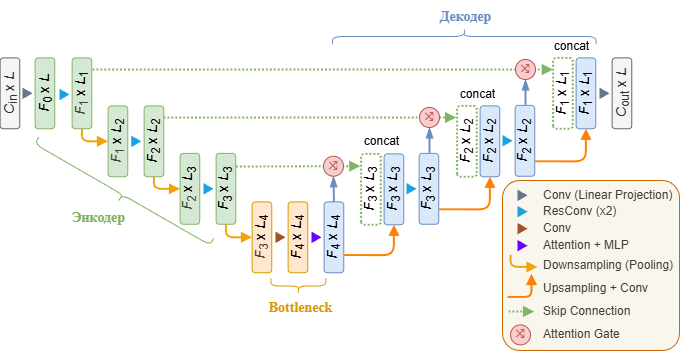
romangorbunov91/master-thesis-2026 keeps this draw.io diagram as images/parametersEstimation/model_block_diagram.drawio.png. Above is the earlier version. Source tidied: cells renumbered, new cells last; positions are measured from the earlier drawing's top-left corner, leaving out a move shared by most shapes.
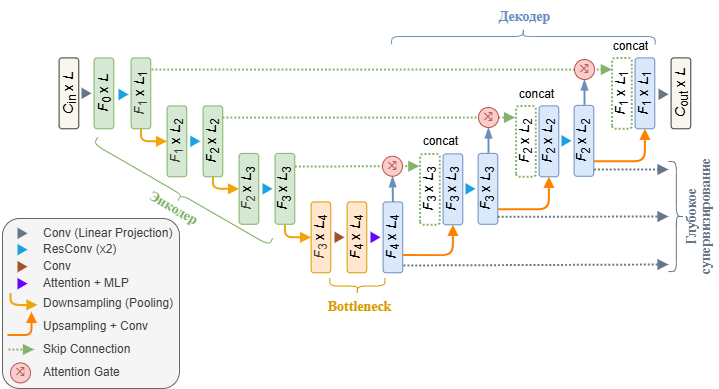
After the change.

Change to the diagram source:
```diff
@@ -2,10 +2,10 @@
   <root>
     <mxCell id="0" />
     <mxCell id="1" parent="0" />
-    <mxCell id="2" style="rounded=1;whiteSpace=wrap;html=1;fillColor=#f9f7ed;strokeColor=#CC6600;arcSize=10;" parent="1" vertex="1">
-      <mxGeometry x="528" y="276" width="177" height="170" as="geometry" />
+    <mxCell id="2" style="rounded=1;whiteSpace=wrap;html=1;fillColor=#f5f5f5;strokeColor=#666666;arcSize=10;fontColor=#333333;" parent="1" vertex="1">
+      <mxGeometry x="-31" y="314" width="177" height="170" as="geometry" />
     </mxCell>
-    <mxCell id="3" value="&lt;font style=&quot;font-size: 14px; line-height: 100%;&quot;&gt;&lt;i&gt;C&lt;/i&gt;&lt;sub style=&quot;line-height: 100%;&quot;&gt;in&lt;/sub&gt; x &lt;i&gt;L&lt;/i&gt;&lt;/font&gt;" style="rounded=1;whiteSpace=wrap;html=1;rotation=-90;fillColor=#f5f5f5;strokeColor=#666666;glass=0;fontColor=#333333;" parent="1" vertex="1">
+    <mxCell id="3" value="&lt;font style=&quot;font-size: 14px; line-height: 100%;&quot;&gt;&lt;i&gt;C&lt;/i&gt;&lt;sub style=&quot;line-height: 100%;&quot;&gt;in&lt;/sub&gt; x &lt;i&gt;L&lt;/i&gt;&lt;/font&gt;" style="rounded=1;whiteSpace=wrap;html=1;rotation=-90;fillColor=#f9f7ed;strokeColor=#36393d;glass=0;" parent="1" vertex="1">
       <mxGeometry y="179" width="70.9" height="19.7" as="geometry" />
     </mxCell>
     <mxCell id="4" value="&lt;font style=&quot;font-size: 14px; line-height: 100%;&quot;&gt;&lt;i style=&quot;color: rgb(63, 63, 63); scrollbar-color: rgb(226, 226, 226) rgb(251, 251, 251);&quot;&gt;F&lt;/i&gt;&lt;sub style=&quot;color: rgb(63, 63, 63); scrollbar-color: rgb(226, 226, 226) rgb(251, 251, 251); line-height: 11.6667px;&quot;&gt;1&lt;/sub&gt;&amp;nbsp;x &lt;i&gt;L&lt;/i&gt;&lt;sub&gt;1&lt;/sub&gt;&lt;/font&gt;" style="rounded=1;whiteSpace=wrap;html=1;rotation=-90;fillColor=#d5e8d4;strokeColor=#82b366;" parent="1" vertex="1">
@@ -86,8 +86,8 @@
     <mxCell id="29" value="&lt;font style=&quot;font-size: 14px; line-height: 100%;&quot;&gt;&lt;i&gt;F&lt;/i&gt;&lt;sub style=&quot;line-height: 100%;&quot;&gt;0&lt;/sub&gt;&amp;nbsp;x &lt;i&gt;L&lt;/i&gt;&lt;/font&gt;" style="rounded=1;whiteSpace=wrap;html=1;rotation=-90;fillColor=#d5e8d4;strokeColor=#82b366;" parent="1" vertex="1">
       <mxGeometry x="35" y="179" width="70.9" height="19.7" as="geometry" />
     </mxCell>
-    <mxCell id="30" value="&lt;span style=&quot;text-align: left; text-wrap-mode: wrap;&quot;&gt;&lt;font face=&quot;Times New Roman&quot; style=&quot;font-size: 14px; line-height: 100%; color: rgb(130, 179, 102);&quot;&gt;&lt;b style=&quot;&quot;&gt;Энкодер&lt;/b&gt;&lt;/font&gt;&lt;/span&gt;" style="text;html=1;align=center;verticalAlign=middle;strokeColor=none;fillColor=none;" parent="1" vertex="1">
-      <mxGeometry x="88" y="300.1" width="72" height="27" as="geometry" />
+    <mxCell id="30" value="&lt;span style=&quot;text-align: left; text-wrap-mode: wrap;&quot;&gt;&lt;font face=&quot;Times New Roman&quot; style=&quot;font-size: 14px; line-height: 100%; color: rgb(130, 179, 102);&quot;&gt;&lt;b style=&quot;&quot;&gt;Энкодер&lt;/b&gt;&lt;/font&gt;&lt;/span&gt;" style="text;html=1;align=center;verticalAlign=middle;strokeColor=none;fillColor=none;rotation=30;" parent="1" vertex="1">
+      <mxGeometry x="104" y="290.4" width="72" height="27" as="geometry" />
     </mxCell>
     <mxCell id="31" value="&lt;div style=&quot;text-align: left;&quot;&gt;&lt;span style=&quot;background-color: transparent; font-size: 14px; text-wrap-mode: wrap;&quot;&gt;&lt;font face=&quot;Times New Roman&quot; style=&quot;color: rgb(215, 155, 0);&quot;&gt;&lt;b&gt;Bottleneck&lt;/b&gt;&lt;/font&gt;&lt;/span&gt;&lt;/div&gt;" style="text;html=1;align=center;verticalAlign=middle;strokeColor=none;fillColor=none;" parent="1" vertex="1">
       <mxGeometry x="284" y="387" width="83" height="31" as="geometry" />
@@ -148,44 +148,44 @@
       <mxGeometry x="455" y="96" width="71" height="31" as="geometry" />
     </mxCell>
     <mxCell id="49" style="triangle;whiteSpace=wrap;html=1;fillColor=#647687;fontColor=#ffffff;strokeColor=none;" parent="1" vertex="1">
-      <mxGeometry x="625" y="183.1" width="10" height="11.5" as="geometry" />
+      <mxGeometry x="625" y="184.1" width="10" height="11.5" as="geometry" />
     </mxCell>
-    <mxCell id="50" value="&lt;font style=&quot;font-size: 14px; line-height: 100%;&quot;&gt;&lt;i&gt;C&lt;/i&gt;&lt;sub style=&quot;line-height: 100%;&quot;&gt;out&lt;/sub&gt;&amp;nbsp;x &lt;i&gt;L&lt;/i&gt;&lt;/font&gt;" style="rounded=1;whiteSpace=wrap;html=1;rotation=-90;fillColor=#f5f5f5;strokeColor=#666666;glass=0;fontColor=#333333;" parent="1" vertex="1">
+    <mxCell id="50" value="&lt;font style=&quot;font-size: 14px; line-height: 100%;&quot;&gt;&lt;i&gt;C&lt;/i&gt;&lt;sub style=&quot;line-height: 100%;&quot;&gt;out&lt;/sub&gt;&amp;nbsp;x &lt;i&gt;L&lt;/i&gt;&lt;/font&gt;" style="rounded=1;whiteSpace=wrap;html=1;rotation=-90;fillColor=#f9f7ed;strokeColor=#36393d;glass=0;" parent="1" vertex="1">
       <mxGeometry x="612" y="179" width="70.9" height="19.7" as="geometry" />
     </mxCell>
     <mxCell id="51" style="triangle;whiteSpace=wrap;html=1;fillColor=#647687;fontColor=#ffffff;strokeColor=none;" parent="1" vertex="1">
-      <mxGeometry x="543" y="285.1" width="10" height="11.5" as="geometry" />
+      <mxGeometry x="-16" y="323.1" width="10" height="11.5" as="geometry" />
     </mxCell>
     <mxCell id="52" style="triangle;whiteSpace=wrap;html=1;fillColor=#1ba1e2;fontColor=#ffffff;strokeColor=none;" parent="1" vertex="1">
-      <mxGeometry x="543" y="301.4" width="10" height="11.5" as="geometry" />
+      <mxGeometry x="-16" y="339.4" width="10" height="11.5" as="geometry" />
     </mxCell>
     <mxCell id="53" style="triangle;whiteSpace=wrap;html=1;fillColor=#a0522d;fontColor=#ffffff;strokeColor=none;" parent="1" vertex="1">
-      <mxGeometry x="543" y="318.4" width="10" height="11.5" as="geometry" />
+      <mxGeometry x="-16" y="356.4" width="10" height="11.5" as="geometry" />
     </mxCell>
     <mxCell id="54" style="triangle;whiteSpace=wrap;html=1;fillColor=#6a00ff;fontColor=#ffffff;strokeColor=none;" parent="1" vertex="1">
-      <mxGeometry x="543" y="335.4" width="10" height="11.5" as="geometry" />
+      <mxGeometry x="-16" y="373.4" width="10" height="11.5" as="geometry" />
     </mxCell>
     <mxCell id="55" style="edgeStyle=orthogonalEdgeStyle;html=1;strokeColor=#F0A30A;fillColor=#f0a30a;endArrow=block;endFill=1;strokeWidth=1.9685;exitX=0;exitY=0.5;exitDx=0;exitDy=0;entryX=0.5;entryY=0;entryDx=0;entryDy=0;" parent="1" edge="1">
       <mxGeometry relative="1" as="geometry">
-        <mxPoint x="536" y="350.4" as="sourcePoint" />
-        <mxPoint x="563" y="362.4" as="targetPoint" />
+        <mxPoint x="-23" y="388.4" as="sourcePoint" />
+        <mxPoint x="4" y="400.4" as="targetPoint" />
         <Array as="points">
-          <mxPoint x="535.5" y="362.4" />
+          <mxPoint x="-23.5" y="400.4" />
         </Array>
       </mxGeometry>
     </mxCell>
     <mxCell id="56" style="edgeStyle=orthogonalEdgeStyle;html=1;strokeColor=#FF8000;fillColor=#fa6800;endArrow=block;endFill=1;strokeWidth=1.9685;entryX=0;entryY=0.5;entryDx=0;entryDy=0;" parent="1" edge="1">
       <mxGeometry relative="1" as="geometry">
-        <mxPoint x="533" y="392.4" as="sourcePoint" />
-        <mxPoint x="557" y="369.4" as="targetPoint" />
+        <mxPoint x="-26" y="430.4" as="sourcePoint" />
+        <mxPoint x="-2" y="407.4" as="targetPoint" />
         <Array as="points">
-          <mxPoint x="535" y="392.4" />
-          <mxPoint x="557" y="392.4" />
+          <mxPoint x="-24" y="430.4" />
+          <mxPoint x="-2" y="430.4" />
         </Array>
       </mxGeometry>
     </mxCell>
     <mxCell id="57" value="&lt;span style=&quot;font-family: ui-monospace, SFMono-Regular, &amp;quot;SF Mono&amp;quot;, Menlo, Consolas, &amp;quot;Liberation Mono&amp;quot;, monospace; font-size: 14px; letter-spacing: -0.56px; text-align: start; white-space-collapse: preserve-breaks; line-height: 100%;&quot;&gt;&lt;font style=&quot;color: rgb(184, 84, 80);&quot;&gt;⤨&lt;/font&gt;&lt;/span&gt;" style="ellipse;whiteSpace=wrap;html=1;fillColor=#f8cecc;strokeColor=#b85450;" parent="1" vertex="1">
-      <mxGeometry x="536" y="420.4" width="20" height="20" as="geometry" />
+      <mxGeometry x="-23" y="458.4" width="20" height="20" as="geometry" />
     </mxCell>
     <mxCell id="58" value="&lt;div style=&quot;text-align: left;&quot;&gt;&lt;span style=&quot;background-color: transparent; text-wrap-mode: wrap;&quot;&gt;&lt;font&gt;concat&lt;/font&gt;&lt;/span&gt;&lt;/div&gt;" style="text;html=1;align=center;verticalAlign=middle;strokeColor=none;fillColor=none;" parent="1" vertex="1">
       <mxGeometry x="380" y="223.3" width="54" height="27" as="geometry" />
@@ -198,36 +198,58 @@
     </mxCell>
     <mxCell id="61" style="edgeStyle=none;html=1;rounded=0;curved=0;fillColor=#d5e8d4;strokeColor=#82b366;strokeWidth=1.9685;endArrow=block;endFill=1;dashed=1;dashPattern=1 1;" parent="1" edge="1">
       <mxGeometry relative="1" as="geometry">
-        <mxPoint x="534" y="407" as="sourcePoint" />
-        <mxPoint x="559.6" y="407" as="targetPoint" />
+        <mxPoint x="-25" y="445" as="sourcePoint" />
+        <mxPoint x="0.6" y="445" as="targetPoint" />
       </mxGeometry>
     </mxCell>
     <mxCell id="62" value="&lt;span style=&quot;color: rgb(63, 63, 63);&quot;&gt;&lt;font&gt;Conv (Linear Projection)&lt;/font&gt;&lt;/span&gt;" style="text;html=1;align=left;verticalAlign=middle;whiteSpace=wrap;rounded=0;" parent="1" vertex="1">
-      <mxGeometry x="567" y="280.8" width="135" height="20" as="geometry" />
+      <mxGeometry x="8" y="318.8" width="135" height="20" as="geometry" />
     </mxCell>
     <mxCell id="63" value="&lt;span style=&quot;color: rgb(63, 63, 63);&quot;&gt;&lt;font&gt;ResConv (x2)&lt;/font&gt;&lt;/span&gt;" style="text;html=1;align=left;verticalAlign=middle;whiteSpace=wrap;rounded=0;" parent="1" vertex="1">
-      <mxGeometry x="567" y="297.1" width="135" height="20" as="geometry" />
+      <mxGeometry x="8" y="335.1" width="135" height="20" as="geometry" />
     </mxCell>
     <mxCell id="64" value="&lt;span style=&quot;color: rgb(63, 63, 63);&quot;&gt;&lt;font&gt;Attention Gate&lt;/font&gt;&lt;/span&gt;" style="text;html=1;align=left;verticalAlign=middle;whiteSpace=wrap;rounded=0;" parent="1" vertex="1">
-      <mxGeometry x="567" y="420" width="135" height="20" as="geometry" />
+      <mxGeometry x="8" y="458" width="135" height="20" as="geometry" />
     </mxCell>
     <mxCell id="65" value="&lt;span style=&quot;color: rgb(63, 63, 63);&quot;&gt;&lt;font&gt;Attention + MLP&lt;/font&gt;&lt;/span&gt;" style="text;html=1;align=left;verticalAlign=middle;whiteSpace=wrap;rounded=0;" parent="1" vertex="1">
-      <mxGeometry x="567" y="331" width="135" height="20" as="geometry" />
+      <mxGeometry x="8" y="369" width="135" height="20" as="geometry" />
     </mxCell>
     <mxCell id="66" value="&lt;span style=&quot;color: rgb(63, 63, 63);&quot;&gt;&lt;font&gt;Conv&lt;/font&gt;&lt;/span&gt;" style="text;html=1;align=left;verticalAlign=middle;whiteSpace=wrap;rounded=0;" parent="1" vertex="1">
-      <mxGeometry x="567" y="314" width="135" height="20" as="geometry" />
+      <mxGeometry x="8" y="352" width="135" height="20" as="geometry" />
     </mxCell>
     <mxCell id="67" value="&lt;span style=&quot;color: rgb(63, 63, 63);&quot;&gt;&lt;font&gt;Skip Connection&lt;/font&gt;&lt;/span&gt;" style="text;html=1;align=left;verticalAlign=middle;whiteSpace=wrap;rounded=0;" parent="1" vertex="1">
-      <mxGeometry x="567" y="397" width="135" height="20" as="geometry" />
+      <mxGeometry x="8" y="435" width="135" height="20" as="geometry" />
     </mxCell>
     <mxCell id="68" value="&lt;span style=&quot;color: rgb(63, 63, 63);&quot;&gt;&lt;font&gt;Downsampling (Pooling)&lt;/font&gt;&lt;/span&gt;" style="text;html=1;align=left;verticalAlign=middle;whiteSpace=wrap;rounded=0;" parent="1" vertex="1">
-      <mxGeometry x="567" y="351" width="135" height="20" as="geometry" />
+      <mxGeometry x="8" y="389" width="135" height="20" as="geometry" />
     </mxCell>
     <mxCell id="69" value="&lt;span style=&quot;color: rgb(63, 63, 63);&quot;&gt;&lt;font&gt;Upsampling + Conv&lt;/font&gt;&lt;/span&gt;" style="text;html=1;align=left;verticalAlign=middle;whiteSpace=wrap;rounded=0;" parent="1" vertex="1">
-      <mxGeometry x="567" y="374" width="135" height="20" as="geometry" />
+      <mxGeometry x="8" y="412" width="135" height="20" as="geometry" />
     </mxCell>
     <mxCell id="70" value="&lt;span style=&quot;font-family: ui-monospace, SFMono-Regular, &amp;quot;SF Mono&amp;quot;, Menlo, Consolas, &amp;quot;Liberation Mono&amp;quot;, monospace; font-size: 14px; letter-spacing: -0.56px; text-align: start; white-space-collapse: preserve-breaks; line-height: 100%;&quot;&gt;&lt;font style=&quot;color: rgb(184, 84, 80);&quot;&gt;⤨&lt;/font&gt;&lt;/span&gt;" style="ellipse;whiteSpace=wrap;html=1;fillColor=#f8cecc;strokeColor=#b85450;" parent="1" vertex="1">
       <mxGeometry x="541" y="155" width="20" height="20" as="geometry" />
     </mxCell>
+    <mxCell id="71" style="edgeStyle=none;html=1;exitX=0.815;exitY=1.008;exitDx=0;exitDy=0;exitPerimeter=0;rounded=0;curved=0;fillColor=#d5e8d4;strokeColor=#647687;strokeWidth=1.9685;endArrow=block;endFill=1;dashed=1;dashPattern=1 1;" parent="1" edge="1">
+      <mxGeometry relative="1" as="geometry">
+        <mxPoint x="370" y="361" as="sourcePoint" />
+        <mxPoint x="635" y="360" as="targetPoint" />
+      </mxGeometry>
+    </mxCell>
+    <mxCell id="72" style="edgeStyle=none;html=1;rounded=0;curved=0;fillColor=#d5e8d4;strokeColor=#647687;strokeWidth=1.9685;endArrow=block;endFill=1;dashed=1;dashPattern=1 1;exitX=0.105;exitY=0.999;exitDx=0;exitDy=0;exitPerimeter=0;" parent="1" edge="1" source="25">
+      <mxGeometry relative="1" as="geometry">
+        <mxPoint x="635" y="312" as="targetPoint" />
+      </mxGeometry>
+    </mxCell>
+    <mxCell id="73" style="edgeStyle=none;html=1;rounded=0;curved=0;fillColor=#d5e8d4;strokeColor=#647687;strokeWidth=1.9685;endArrow=block;endFill=1;dashed=1;dashPattern=1 1;exitX=0.094;exitY=1.01;exitDx=0;exitDy=0;exitPerimeter=0;" parent="1" edge="1" source="41">
+      <mxGeometry relative="1" as="geometry">
+        <mxPoint x="635" y="265" as="targetPoint" />
+      </mxGeometry>
+    </mxCell>
+    <mxCell id="74" style="shape=curlyBracket;whiteSpace=wrap;html=1;rounded=1;flipH=1;labelPosition=right;verticalLabelPosition=middle;align=left;verticalAlign=middle;rotation=0;strokeColor=#647687;" parent="1" vertex="1">
+      <mxGeometry x="635" y="257" width="15.7" height="110.1" as="geometry" />
+    </mxCell>
+    <mxCell id="75" value="&lt;div style=&quot;line-height: 90%;&quot;&gt;&lt;span style=&quot;background-color: transparent; font-size: 14px; text-wrap-mode: wrap; line-height: 90%;&quot;&gt;&lt;font face=&quot;Times New Roman&quot; style=&quot;color: rgb(100, 118, 135);&quot;&gt;&lt;b&gt;Глубокое&lt;/b&gt;&lt;/font&gt;&lt;/span&gt;&lt;/div&gt;&lt;div style=&quot;line-height: 90%;&quot;&gt;&lt;span style=&quot;background-color: transparent; font-size: 14px; text-wrap-mode: wrap; line-height: 90%;&quot;&gt;&lt;font face=&quot;Times New Roman&quot; style=&quot;color: rgb(100, 118, 135);&quot;&gt;&lt;b&gt;супервизирование&lt;/b&gt;&lt;/font&gt;&lt;/span&gt;&lt;/div&gt;" style="text;html=1;align=center;verticalAlign=middle;strokeColor=none;fillColor=none;rotation=-90;" parent="1" vertex="1">
+      <mxGeometry x="597" y="291.7" width="135" height="40" as="geometry" />
+    </mxCell>
   </root>
 </mxGraphModel>
```
